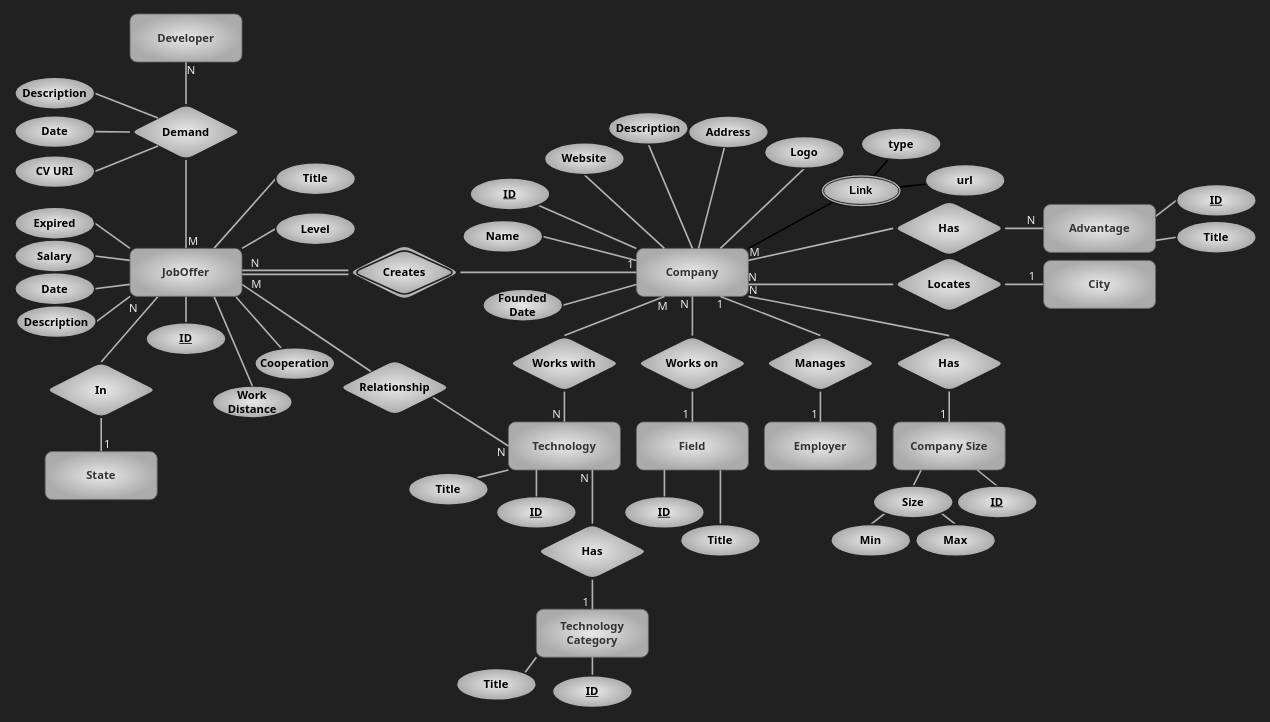
Earlier version of the draw.io diagram page "magnet" (2 of 5) of assets/er.drawio (kntu-db/quera-norm). Source tidied: cells renumbered, new cells numbered last; positions are measured from the earlier drawing's top-left corner, leaving out a move shared by most shapes. Both pictures are drawn from the tidied source at 80%, with x=0, y=0 at pixel (14, 14).
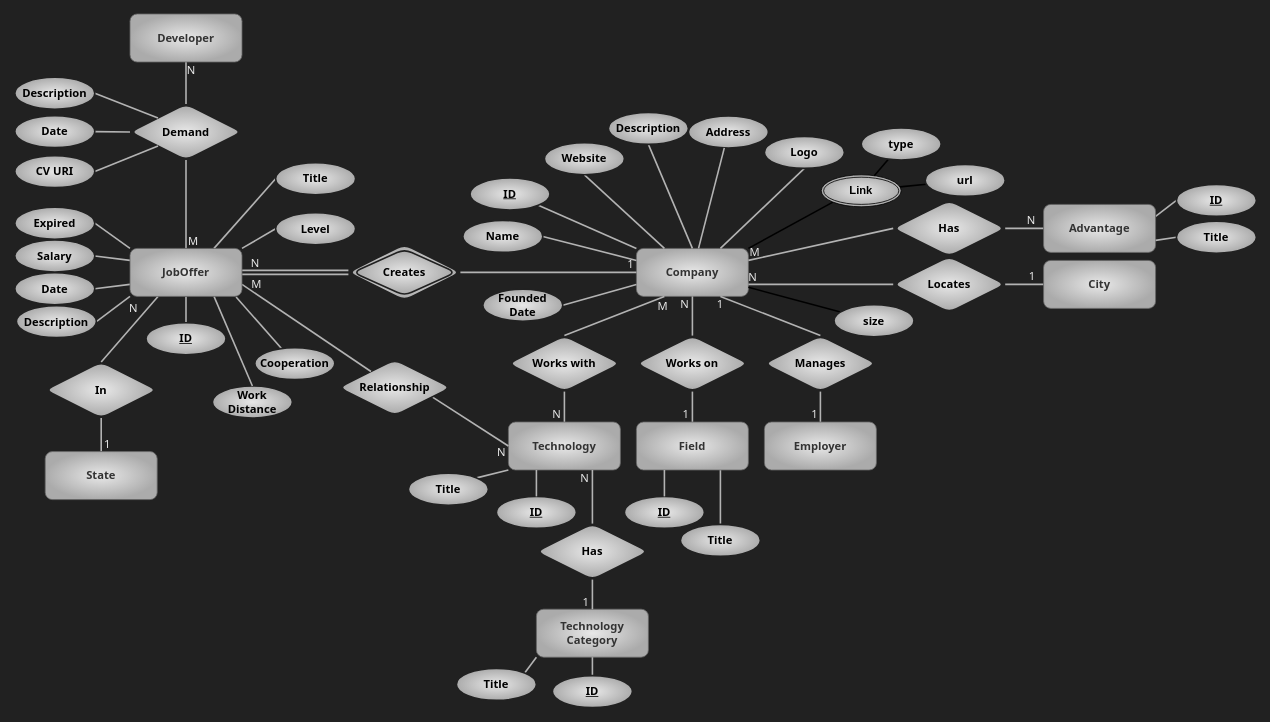
The same page after the edit.

Commit message (it also covers changes not shown here):
Remove entity company size and replace it to approximate size Add not null constraint for added new columns

Unchanged cells that the change refers to:
```xml
<mxCell id="23" value="Company" style="whiteSpace=wrap;html=1;align=center;fontFamily=Tahoma;rounded=1;fillColor=#E8E8E8;strokeColor=#666666;fontColor=#333333;gradientColor=#ABABAB;gradientDirection=radial;fontSize=14;labelBackgroundColor=none;fontStyle=1;" parent="1" vertex="1">
  <mxGeometry x="777" y="293" width="140" height="60" as="geometry" />
</mxCell>
```

What changed in the source:
```diff
@@
-    <mxCell id="90" style="edgeStyle=none;html=1;exitX=0.25;exitY=1;exitDx=0;exitDy=0;entryX=0.5;entryY=0;entryDx=0;entryDy=0;endArrow=none;endFill=0;strokeColor=#B3B3B3;strokeWidth=2;" parent="1" edge="1" source="91" target="99">
-      <mxGeometry relative="1" as="geometry" />
-    </mxCell>
-    <mxCell id="91" value="Company Size" style="whiteSpace=wrap;html=1;align=center;fontFamily=Tahoma;rounded=1;fillColor=#E8E8E8;strokeColor=#666666;fontColor=#333333;gradientColor=#ABABAB;gradientDirection=radial;fontSize=14;labelBackgroundColor=none;fontStyle=1;" parent="1" vertex="1">
-      <mxGeometry x="1098" y="510" width="140" height="60" as="geometry" />
-    </mxCell>
-    <mxCell id="92" value="Has" style="shape=rhombus;perimeter=rhombusPerimeter;whiteSpace=wrap;html=1;align=center;rounded=1;labelBackgroundColor=none;fontFamily=Tahoma;fontSize=14;fontColor=#000000;strokeColor=#212121;strokeWidth=2;fillColor=#E8E8E8;gradientColor=#ABABAB;gradientDirection=radial;fontStyle=1;" parent="1" vertex="1">
-      <mxGeometry x="1098" y="402" width="140" height="70" as="geometry" />
-    </mxCell>
-    <mxCell id="93" style="endArrow=none;html=1;rounded=0;shadow=0;sketch=0;fontFamily=Tahoma;fontSize=14;fontColor=#E8E8E8;strokeWidth=2;fillColor=none;strokeColor=#B3B3B3;exitX=0.5;exitY=1;exitDx=0;exitDy=0;entryX=0.5;entryY=0;entryDx=0;entryDy=0;" parent="1" edge="1" source="92" target="91">
-      <mxGeometry relative="1" as="geometry" />
-    </mxCell>
-    <mxCell id="94" value="1" style="html=1;align=right;verticalAlign=bottom;rounded=1;shadow=0;glass=0;labelBackgroundColor=none;labelBorderColor=none;fontFamily=Tahoma;fontSize=14;fontColor=#E8E8E8;strokeColor=#3D3D3D;strokeWidth=1;fillColor=#E8E8E8;gradientColor=#ABABAB;gradientDirection=radial;" parent="93" vertex="1">
-      <mxGeometry x="1" relative="1" as="geometry">
-        <mxPoint x="-3" as="offset" />
-      </mxGeometry>
-    </mxCell>
-    <mxCell id="95" style="endArrow=none;html=1;rounded=0;shadow=0;sketch=0;fontFamily=Tahoma;fontSize=14;fontColor=#E8E8E8;strokeWidth=2;fillColor=none;strokeColor=#B3B3B3;entryX=1;entryY=1;entryDx=0;entryDy=0;exitX=0.5;exitY=0;exitDx=0;exitDy=0;" parent="1" edge="1" source="92" target="23">
-      <mxGeometry relative="1" as="geometry" />
-    </mxCell>
-    <mxCell id="96" value="N" style="html=1;align=right;verticalAlign=bottom;rounded=1;shadow=0;glass=0;labelBackgroundColor=none;labelBorderColor=none;fontFamily=Tahoma;fontSize=14;fontColor=#E8E8E8;strokeColor=#3D3D3D;strokeWidth=1;fillColor=#E8E8E8;gradientColor=#ABABAB;gradientDirection=radial;" parent="95" vertex="1">
-      <mxGeometry x="1" relative="1" as="geometry">
-        <mxPoint x="12" y="3" as="offset" />
-      </mxGeometry>
-    </mxCell>
-    <mxCell id="97" style="edgeStyle=none;html=1;exitX=0;exitY=1;exitDx=0;exitDy=0;entryX=0.5;entryY=0;entryDx=0;entryDy=0;endArrow=none;endFill=0;strokeColor=#B3B3B3;strokeWidth=2;" parent="1" edge="1" source="99" target="100">
-      <mxGeometry relative="1" as="geometry" />
-    </mxCell>
-    <mxCell id="98" style="edgeStyle=none;html=1;exitX=1;exitY=1;exitDx=0;exitDy=0;entryX=0.5;entryY=0;entryDx=0;entryDy=0;endArrow=none;endFill=0;strokeColor=#B3B3B3;strokeWidth=2;" parent="1" edge="1" source="99" target="101">
-      <mxGeometry relative="1" as="geometry" />
-    </mxCell>
-    <mxCell id="99" value="Size" style="ellipse;whiteSpace=wrap;html=1;align=center;fontStyle=1;rounded=1;labelBackgroundColor=none;fontFamily=Tahoma;fontSize=14;fontColor=#000000;strokeColor=#212121;strokeWidth=2;fillColor=#E8E8E8;gradientColor=#ABABAB;gradientDirection=radial;" parent="1" vertex="1">
-      <mxGeometry x="1073" y="590" width="100" height="40" as="geometry" />
-    </mxCell>
-    <mxCell id="100" value="Min" style="ellipse;whiteSpace=wrap;html=1;align=center;fontStyle=1;rounded=1;labelBackgroundColor=none;fontFamily=Tahoma;fontSize=14;fontColor=#000000;strokeColor=#212121;strokeWidth=2;fillColor=#E8E8E8;gradientColor=#ABABAB;gradientDirection=radial;" parent="1" vertex="1">
-      <mxGeometry x="1020" y="638" width="100" height="40" as="geometry" />
-    </mxCell>
-    <mxCell id="101" value="Max" style="ellipse;whiteSpace=wrap;html=1;align=center;fontStyle=1;rounded=1;labelBackgroundColor=none;fontFamily=Tahoma;fontSize=14;fontColor=#000000;strokeColor=#212121;strokeWidth=2;fillColor=#E8E8E8;gradientColor=#ABABAB;gradientDirection=radial;" parent="1" vertex="1">
-      <mxGeometry x="1126" y="638" width="100" height="40" as="geometry" />
-    </mxCell>
@@
-    <mxCell id="118" style="edgeStyle=none;html=1;exitX=0.5;exitY=0;exitDx=0;exitDy=0;entryX=0.75;entryY=1;entryDx=0;entryDy=0;endArrow=none;endFill=0;strokeColor=#B3B3B3;strokeWidth=2;" parent="1" edge="1" source="119" target="91">
-      <mxGeometry relative="1" as="geometry" />
-    </mxCell>
-    <mxCell id="119" value="ID" style="ellipse;whiteSpace=wrap;html=1;align=center;fontStyle=5;rounded=1;labelBackgroundColor=none;fontFamily=Tahoma;fontSize=14;fontColor=#000000;strokeColor=#212121;strokeWidth=2;fillColor=#E8E8E8;gradientColor=#ABABAB;gradientDirection=radial;" parent="1" vertex="1">
-      <mxGeometry x="1178" y="590" width="100" height="40" as="geometry" />
-    </mxCell>
@@
+    <mxCell id="136" style="edgeStyle=none;html=1;endArrow=none;endFill=0;strokeWidth=2;" parent="1" edge="1" source="137" target="23">
+      <mxGeometry relative="1" as="geometry" />
+    </mxCell>
+    <mxCell id="137" value="size" style="ellipse;whiteSpace=wrap;html=1;align=center;rounded=1;labelBackgroundColor=none;fontFamily=Tahoma;fontSize=14;fontColor=#000000;strokeColor=#212121;strokeWidth=2;fillColor=#E8E8E8;gradientColor=#ABABAB;gradientDirection=radial;fontStyle=1;" parent="1" vertex="1">
+      <mxGeometry x="1024" y="363.5" width="100" height="40" as="geometry" />
+    </mxCell>
```
